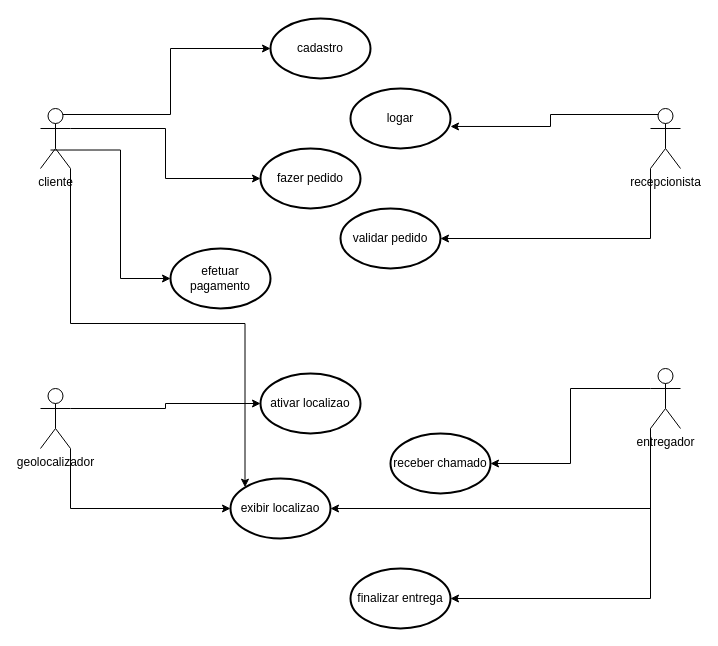
This is Diagrama sem nome.drawio from lippentj/aula_modelagem, a draw.io file, before an edit. Source tidied: cells renumbered, new cells numbered last; positions are measured from the earlier drawing's top-left corner, leaving out a move shared by most shapes. Both pictures are drawn from the tidied source at 100%, with x=0, y=0 at pixel (40, 18).
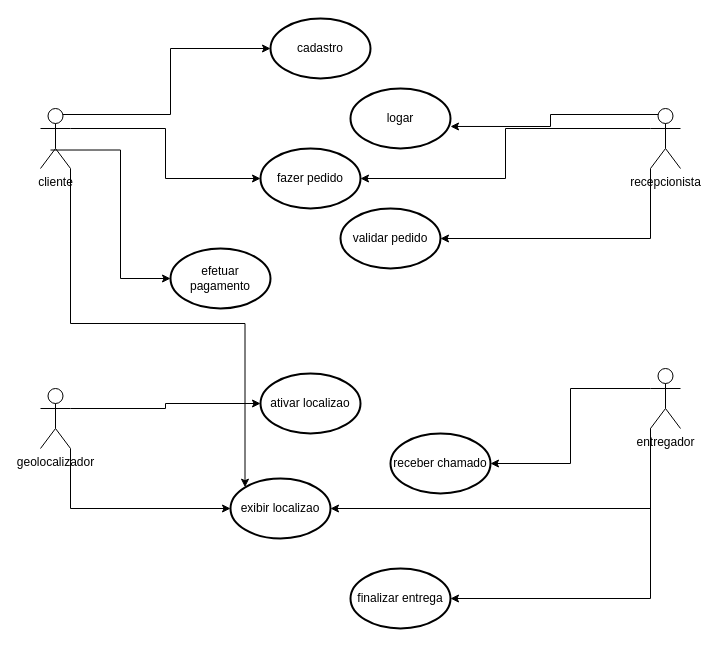
Above is the later version.

Commit message:
caso de uso

The change refers to these unchanged cells:
```xml
<mxCell id="4" value="recepcionista" style="shape=umlActor;verticalLabelPosition=bottom;verticalAlign=top;html=1;outlineConnect=0;" parent="1" vertex="1">
  <mxGeometry x="610" y="90" width="30" height="60" as="geometry" />
</mxCell>
<mxCell id="9" value="fazer pedido" style="strokeWidth=2;html=1;shape=mxgraph.flowchart.start_1;whiteSpace=wrap;" parent="1" vertex="1">
  <mxGeometry x="220" y="130" width="100" height="60" as="geometry" />
</mxCell>
```

Diff of the diagram source:
```diff
@@
+    <mxCell id="26" style="edgeStyle=orthogonalEdgeStyle;rounded=0;jettySize=auto;html=1;exitX=0;exitY=0.3333333333333333;exitDx=0;exitDy=0;exitPerimeter=0;entryX=1;entryY=0.5;entryDx=0;entryDy=0;entryPerimeter=0;" parent="1" edge="1" source="4" target="9">
+      <mxGeometry relative="1" as="geometry" />
+    </mxCell>
```
